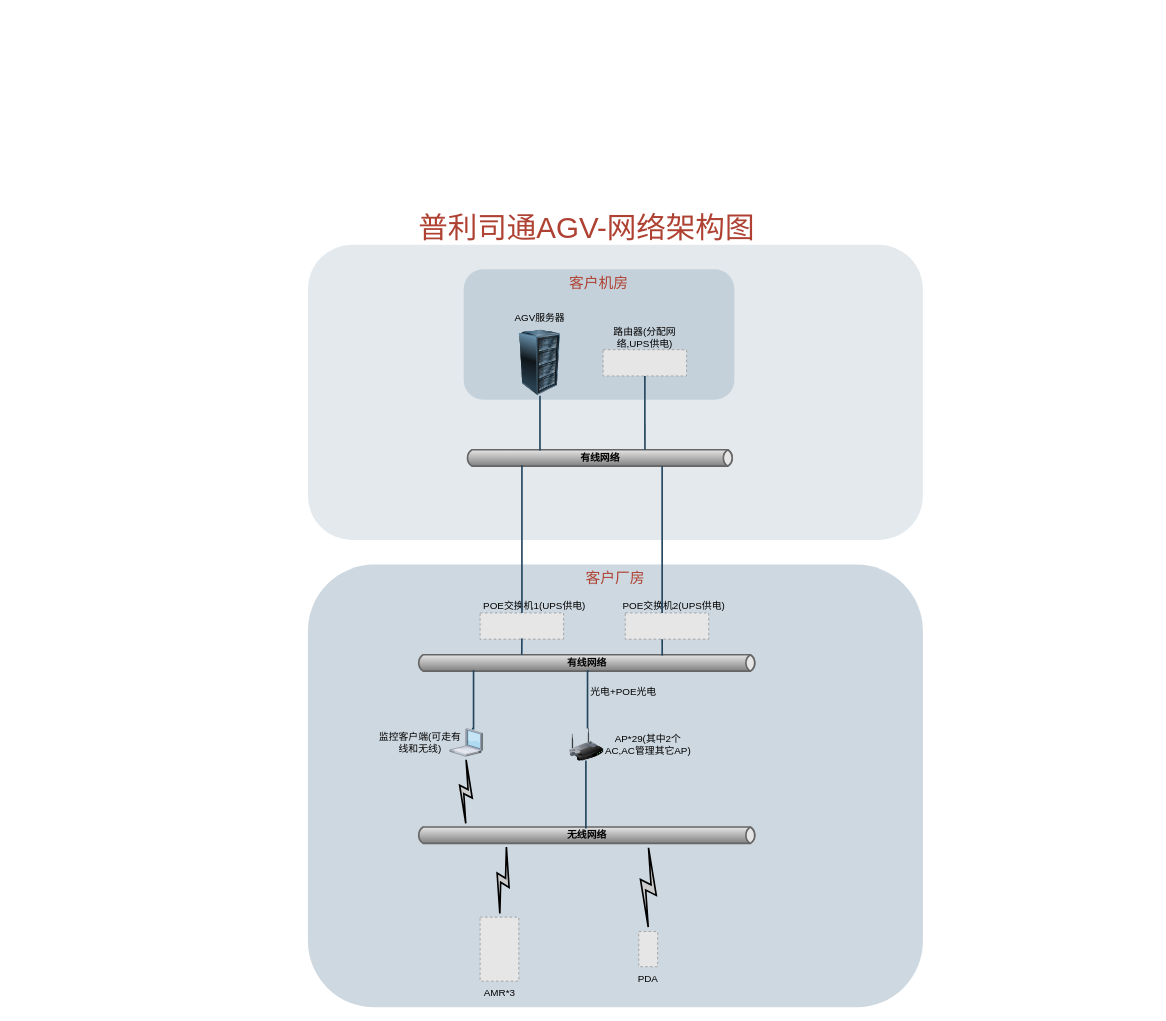
Above: data/普利司通AGV网络架构图.drawio in chenyanxi/hosts (draw.io), before the change. Source tidied: cells renumbered, new cells numbered last; positions are measured from the earlier drawing's top-left corner, leaving out a move shared by most shapes. Both pictures are drawn from the tidied source at 82%, with x=0, y=0 at pixel (20, 20). Pictures stored in the file or linked from it are replaced by grey dashed boxes.
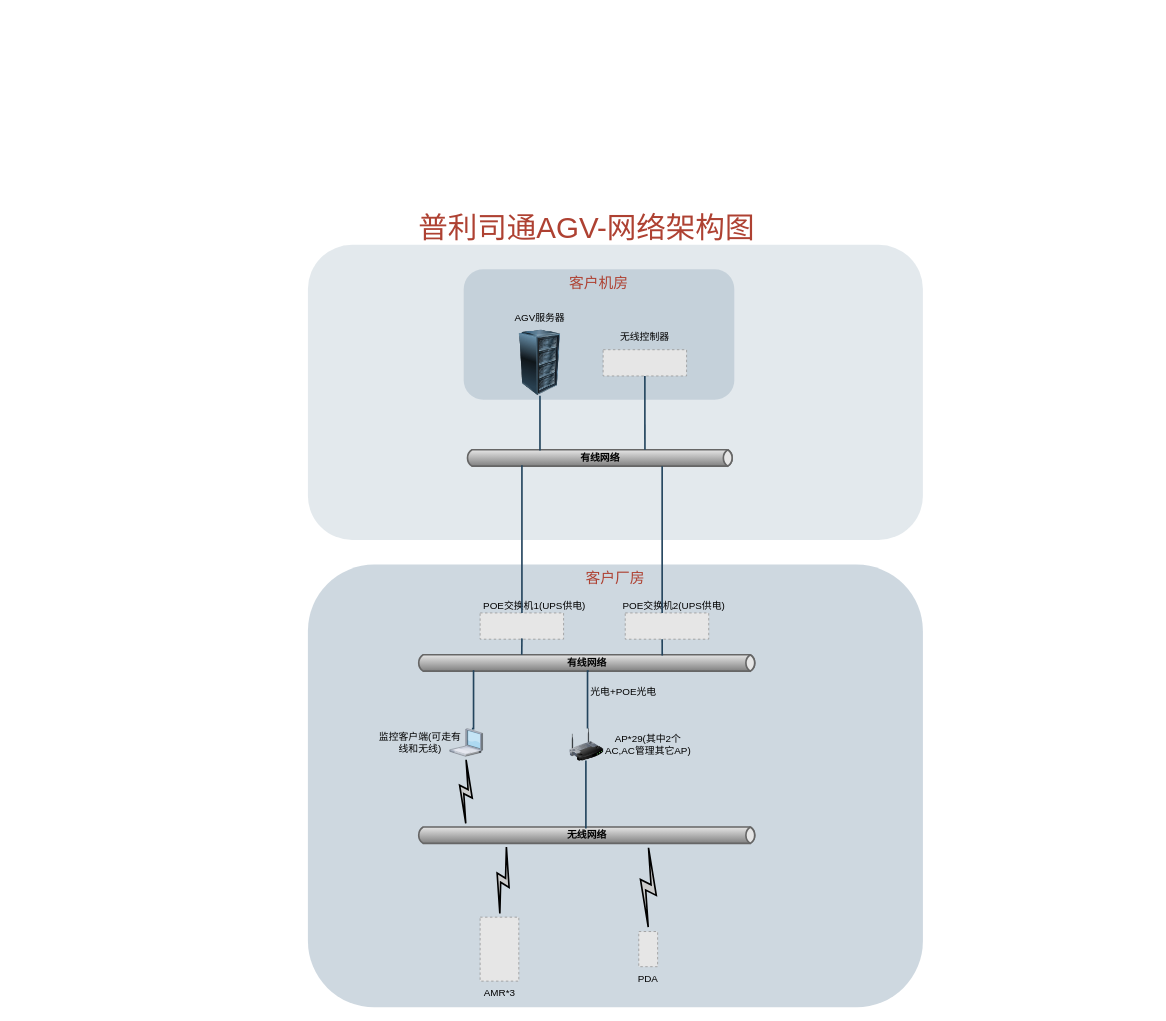
The same page after the edit.

Commit message (it also covers changes not shown here):
更新普利司通AGV网络架构图.drawio

Change to the diagram source:
```diff
@@
-    <mxCell id="14" value="&lt;font style=&quot;font-size: 12px;&quot;&gt;路由器(分配网络,UPS供电)&lt;/font&gt;" style="text;html=1;align=center;verticalAlign=middle;whiteSpace=wrap;rounded=0;" parent="1" vertex="1">
+    <mxCell id="14" value="无线控制器" style="text;html=1;align=center;verticalAlign=middle;whiteSpace=wrap;rounded=0;" parent="1" vertex="1">
       <mxGeometry x="705.9" y="371" width="110" height="30" as="geometry" />
     </mxCell>
```
